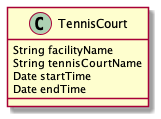
The PlantUML diagram docs/domain_models.png in mokuo/Matrix, before a commit.
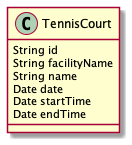
The same file after the commit.

The edit, as a diff of the source:
```diff
@@ -1,8 +1,10 @@
 @startuml domain_models
 
 class TennisCourt {
+  String id
   String facilityName
-  String tennisCourtName
+  String name
+  Date date
   Date startTime
   Date endTime
 }
```
